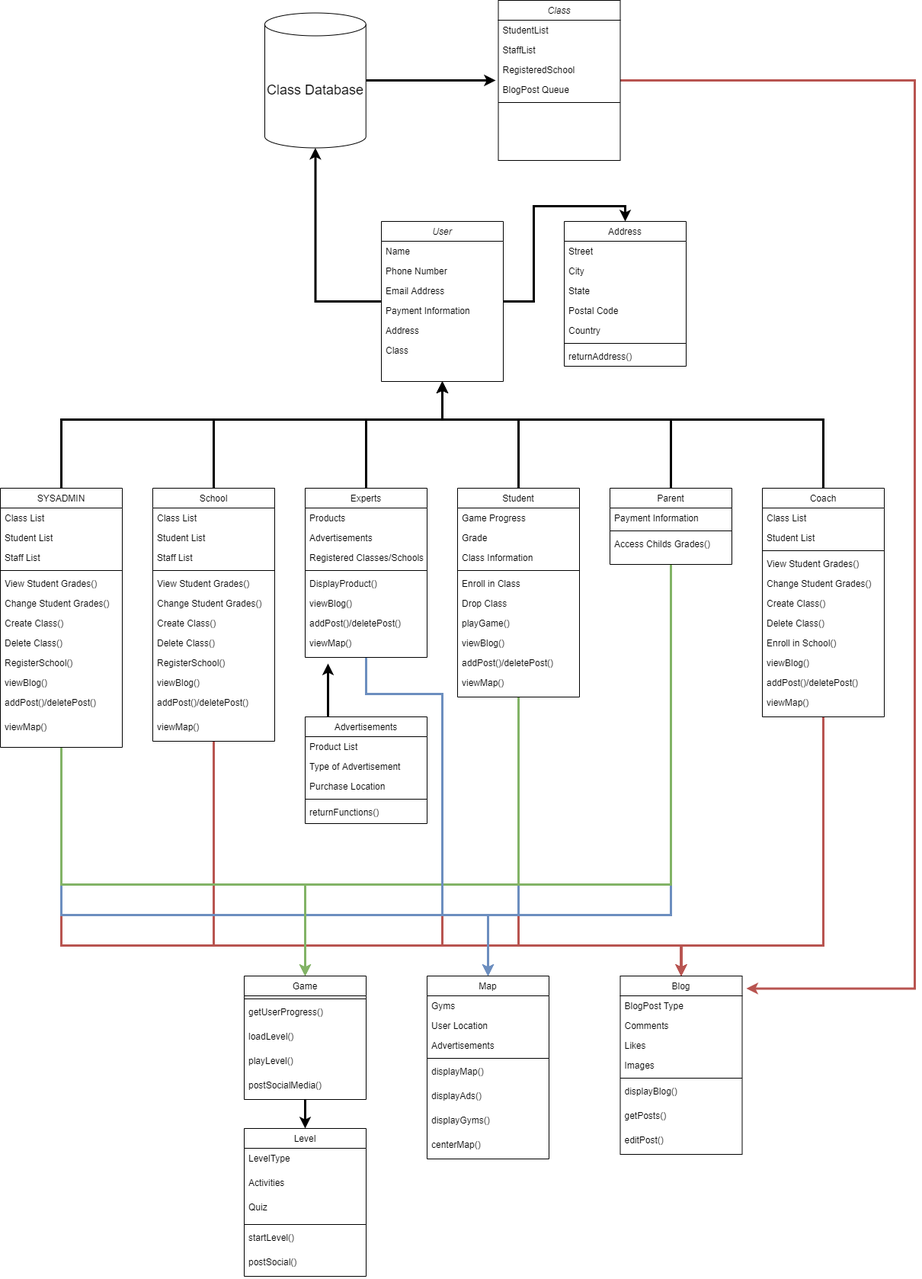
Earlier version of the draw.io export Deliverables/Week_4/Class Diagram.png (Hanandrof/Group-3-Repository). Source tidied: cells renumbered, new cells last; positions are measured from the earlier drawing's top-left corner, leaving out a move shared by most shapes.
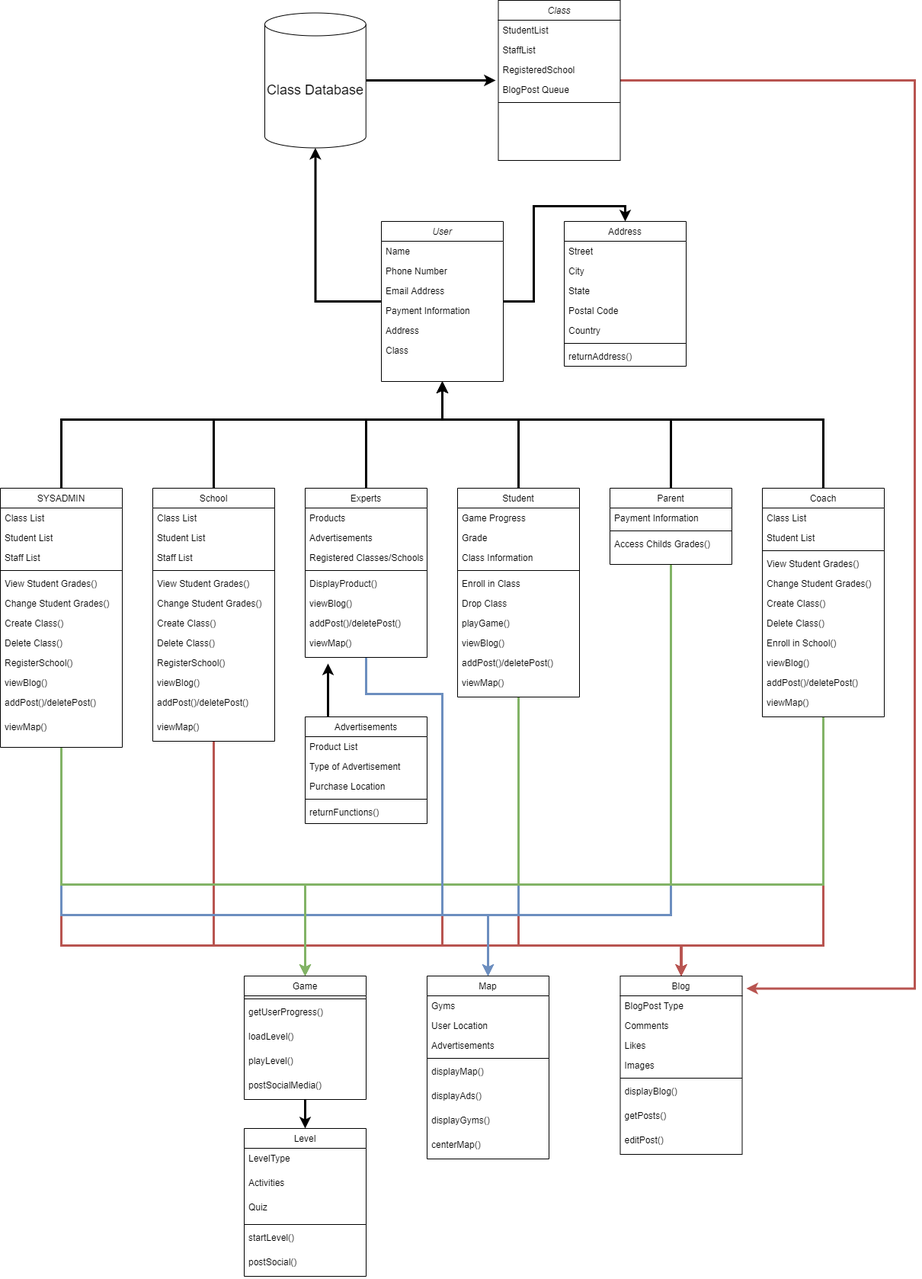
Above is the later version.

The edit, as a diff of the source:
```diff
@@ -131,6 +131,14 @@
         </Array>
       </mxGeometry>
     </mxCell>
+    <mxCell id="147" style="edgeStyle=orthogonalEdgeStyle;rounded=0;jettySize=auto;html=1;entryX=0.5;entryY=0;entryDx=0;entryDy=0;strokeWidth=3;fillColor=#d5e8d4;strokeColor=#82b366;" parent="1" edge="1" source="35" target="125">
+      <mxGeometry relative="1" as="geometry">
+        <Array as="points">
+          <mxPoint x="1080" y="1160" />
+          <mxPoint x="400" y="1160" />
+        </Array>
+      </mxGeometry>
+    </mxCell>
     <mxCell id="35" value="Coach" style="swimlane;fontStyle=0;align=center;verticalAlign=top;horizontal=1;startSize=26;rounded=0;shadow=0;strokeWidth=1;" parent="1" vertex="1">
       <mxGeometry x="1000" y="640" width="160" height="300" as="geometry" />
     </mxCell>
```
